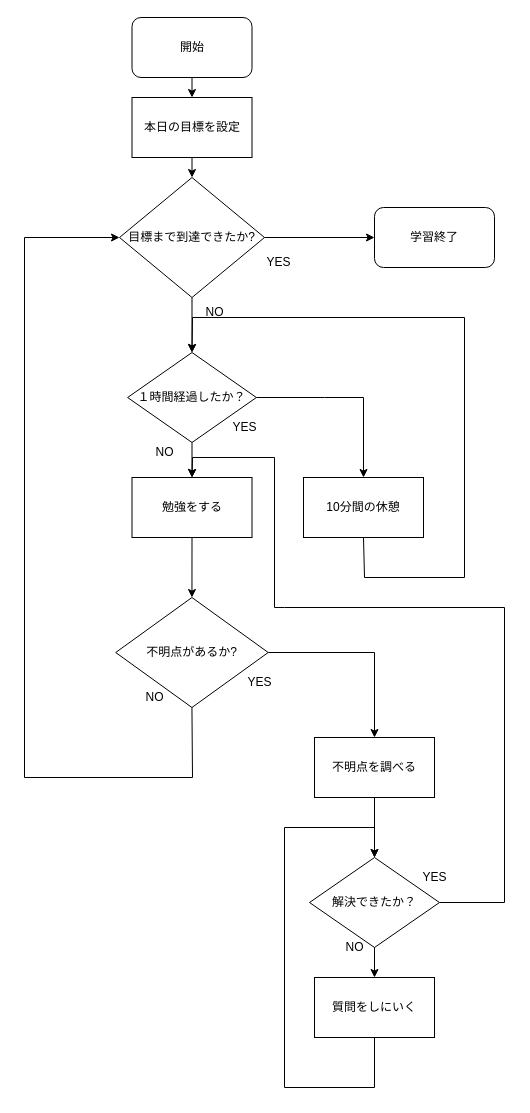
TomokiMatsubuchi/-Flowchart keeps this draw.io diagram as 学習の流れ.drawio. Above is the earlier version. Source tidied: cells renumbered, new cells numbered last; positions are measured from the earlier drawing's top-left corner, leaving out a move shared by most shapes. Both pictures are drawn from the tidied source at 100%, with x=0, y=0 at pixel (24, 17).
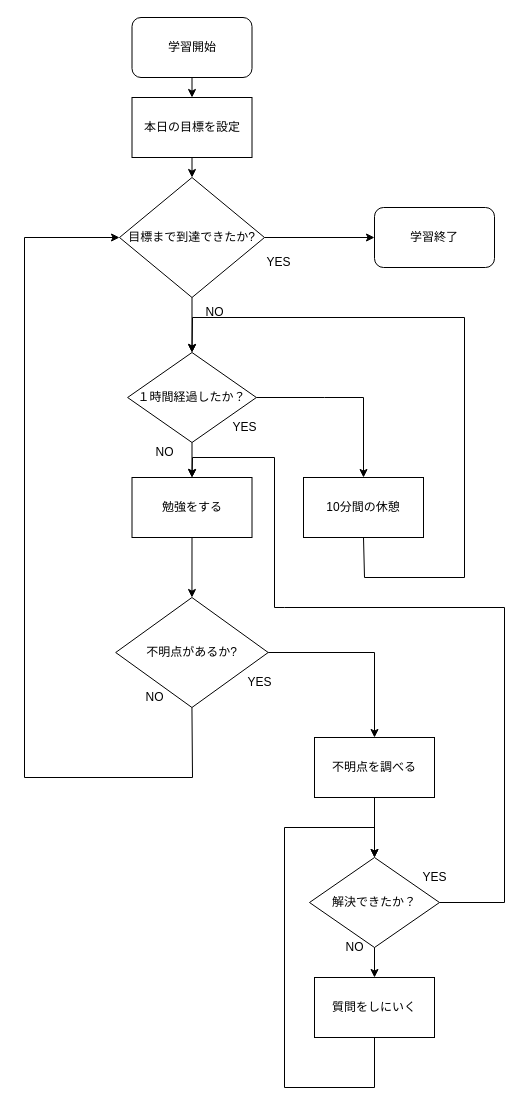
The same diagram, later.

Commit message (it also covers changes not shown here):
学習の流れ.drawio を更新します

The edit, as a diff of the source:
```diff
@@
-    <mxCell id="2" value="開始" style="rounded=1;whiteSpace=wrap;html=1;" parent="1" vertex="1">
+    <mxCell id="2" value="学習開始" style="rounded=1;whiteSpace=wrap;html=1;" parent="1" vertex="1">
       <mxGeometry x="107.5" width="120" height="60" as="geometry" />
     </mxCell>
```
